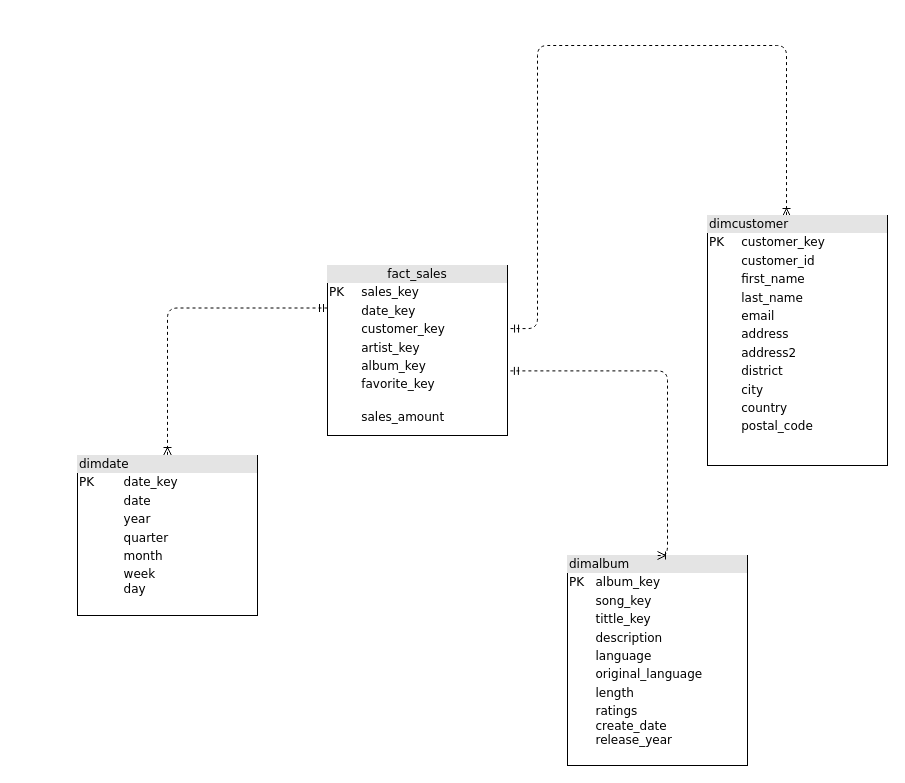
Above: Untitled Diagram.drawio in atinaanz/atina.schema (draw.io), before the change. Source tidied: cells renumbered, new cells numbered last; positions are measured from the earlier drawing's top-left corner, leaving out a move shared by most shapes. Both pictures are drawn from the tidied source at 100%, with x=0, y=0 at pixel (77, 45).
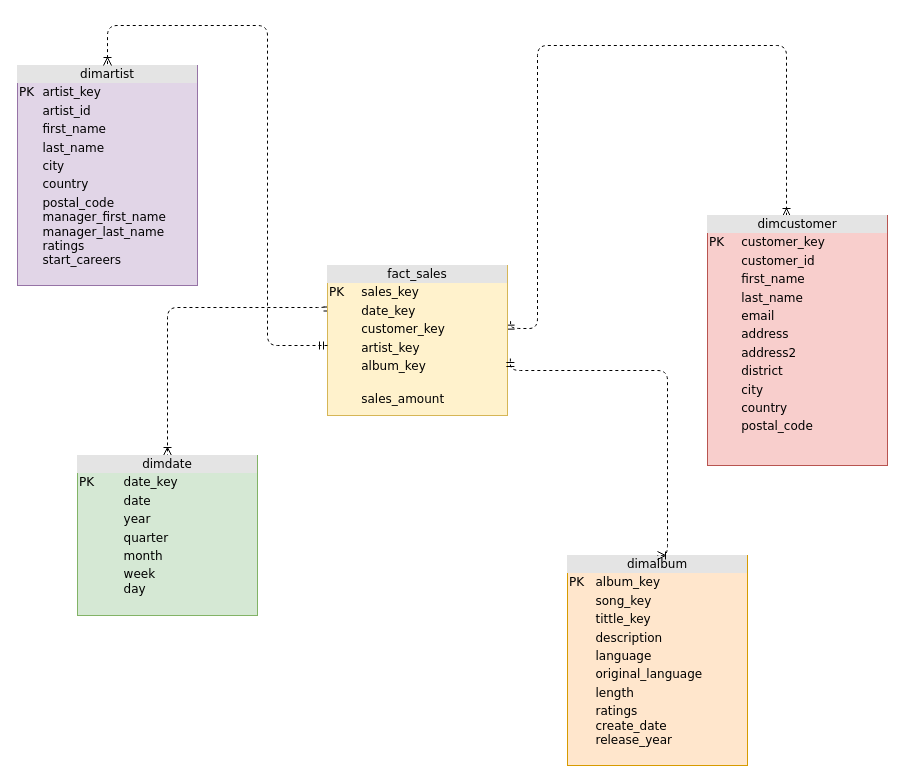
Above is the later version.

What changed in the source:
```diff
@@
 <mxGraphModel>
   <root>
     <mxCell id="0" />
     <mxCell id="1" parent="0" />
     <mxCell id="2" style="edgeStyle=orthogonalEdgeStyle;html=1;dashed=1;labelBackgroundColor=none;startArrow=ERmandOne;endArrow=ERoneToMany;fontFamily=Verdana;fontSize=12;align=left;exitX=1.017;exitY=0.371;exitDx=0;exitDy=0;exitPerimeter=0;entryX=0.439;entryY=0.004;entryDx=0;entryDy=0;entryPerimeter=0;" parent="1" edge="1" source="5" target="6">
       <mxGeometry relative="1" as="geometry">
         <Array as="points">
           <mxPoint x="460" y="283" />
           <mxPoint x="460" />
           <mxPoint x="709" />
         </Array>
       </mxGeometry>
     </mxCell>
     <mxCell id="3" style="edgeStyle=orthogonalEdgeStyle;html=1;exitX=0;exitY=0.25;entryX=0.5;entryY=0;dashed=1;labelBackgroundColor=none;startArrow=ERmandOne;endArrow=ERoneToMany;fontFamily=Verdana;fontSize=12;align=left;entryDx=0;entryDy=0;exitDx=0;exitDy=0;" parent="1" edge="1" source="5" target="7">
       <mxGeometry relative="1" as="geometry">
         <Array as="points">
           <mxPoint x="90" y="262" />
         </Array>
       </mxGeometry>
     </mxCell>
-    <mxCell id="4" value="&lt;div style=&quot;box-sizing: border-box ; width: 100% ; background: #e4e4e4 ; padding: 2px&quot;&gt;dimalbum&lt;/div&gt;&lt;table style=&quot;width: 100% ; font-size: 1em&quot; cellpadding=&quot;2&quot; cellspacing=&quot;0&quot;&gt;&lt;tbody&gt;&lt;tr&gt;&lt;td&gt;PK&lt;/td&gt;&lt;td&gt;album_key&lt;/td&gt;&lt;/tr&gt;&lt;tr&gt;&lt;td&gt;&lt;br&gt;&lt;/td&gt;&lt;td&gt;song_key&lt;br&gt;&lt;/td&gt;&lt;/tr&gt;&lt;tr&gt;&lt;td&gt;&lt;br&gt;&lt;/td&gt;&lt;td&gt;tittle_key&lt;/td&gt;&lt;/tr&gt;&lt;tr&gt;&lt;td&gt;&lt;br&gt;&lt;/td&gt;&lt;td&gt;description&lt;br&gt;&lt;/td&gt;&lt;/tr&gt;&lt;tr&gt;&lt;td&gt;&lt;br&gt;&lt;/td&gt;&lt;td&gt;language&lt;br&gt;&lt;/td&gt;&lt;/tr&gt;&lt;tr&gt;&lt;td&gt;&lt;br&gt;&lt;/td&gt;&lt;td&gt;original_language&lt;br&gt;&lt;/td&gt;&lt;/tr&gt;&lt;tr&gt;&lt;td&gt;&lt;br&gt;&lt;/td&gt;&lt;td&gt;length&lt;br&gt;&lt;/td&gt;&lt;/tr&gt;&lt;tr&gt;&lt;td&gt;&lt;br&gt;&lt;/td&gt;&lt;td&gt;ratings&lt;br&gt;create_date&lt;br&gt;release_year&lt;/td&gt;&lt;/tr&gt;&lt;/tbody&gt;&lt;/table&gt;" style="verticalAlign=top;align=left;overflow=fill;html=1;rounded=0;shadow=0;comic=0;labelBackgroundColor=none;strokeWidth=1;fontFamily=Verdana;fontSize=12;" parent="1" vertex="1">
+    <mxCell id="4" value="&lt;div style=&quot;text-align: center; box-sizing: border-box; width: 100%; background: rgb(228, 228, 228); padding: 2px;&quot;&gt;dimalbum&lt;/div&gt;&lt;table style=&quot;width: 100% ; font-size: 1em&quot; cellpadding=&quot;2&quot; cellspacing=&quot;0&quot;&gt;&lt;tbody&gt;&lt;tr&gt;&lt;td&gt;PK&lt;/td&gt;&lt;td&gt;album_key&lt;/td&gt;&lt;/tr&gt;&lt;tr&gt;&lt;td&gt;&lt;br&gt;&lt;/td&gt;&lt;td&gt;song_key&lt;br&gt;&lt;/td&gt;&lt;/tr&gt;&lt;tr&gt;&lt;td&gt;&lt;br&gt;&lt;/td&gt;&lt;td&gt;tittle_key&lt;/td&gt;&lt;/tr&gt;&lt;tr&gt;&lt;td&gt;&lt;br&gt;&lt;/td&gt;&lt;td&gt;description&lt;br&gt;&lt;/td&gt;&lt;/tr&gt;&lt;tr&gt;&lt;td&gt;&lt;br&gt;&lt;/td&gt;&lt;td&gt;language&lt;br&gt;&lt;/td&gt;&lt;/tr&gt;&lt;tr&gt;&lt;td&gt;&lt;br&gt;&lt;/td&gt;&lt;td&gt;original_language&lt;br&gt;&lt;/td&gt;&lt;/tr&gt;&lt;tr&gt;&lt;td&gt;&lt;br&gt;&lt;/td&gt;&lt;td&gt;length&lt;br&gt;&lt;/td&gt;&lt;/tr&gt;&lt;tr&gt;&lt;td&gt;&lt;br&gt;&lt;/td&gt;&lt;td&gt;ratings&lt;br&gt;create_date&lt;br&gt;release_year&lt;/td&gt;&lt;/tr&gt;&lt;/tbody&gt;&lt;/table&gt;" style="verticalAlign=top;align=left;overflow=fill;html=1;rounded=0;shadow=0;comic=0;labelBackgroundColor=none;strokeWidth=1;fontFamily=Verdana;fontSize=12;fillColor=#ffe6cc;strokeColor=#d79b00;" parent="1" vertex="1">
       <mxGeometry x="490" y="510" width="180" height="210" as="geometry" />
     </mxCell>
-    <mxCell id="5" value="&lt;div style=&quot;text-align: center; box-sizing: border-box; width: 100%; background: rgb(228, 228, 228); padding: 2px;&quot;&gt;fact_sales&lt;/div&gt;&lt;table style=&quot;width: 100% ; font-size: 1em&quot; cellpadding=&quot;2&quot; cellspacing=&quot;0&quot;&gt;&lt;tbody&gt;&lt;tr&gt;&lt;td&gt;PK&lt;/td&gt;&lt;td&gt;sales_key&lt;br&gt;&lt;/td&gt;&lt;/tr&gt;&lt;tr&gt;&lt;td&gt;&lt;br&gt;&lt;/td&gt;&lt;td&gt;date_key&lt;/td&gt;&lt;/tr&gt;&lt;tr&gt;&lt;td&gt;&lt;br&gt;&lt;/td&gt;&lt;td&gt;customer_key&lt;br&gt;&lt;/td&gt;&lt;/tr&gt;&lt;tr&gt;&lt;td&gt;&lt;br&gt;&lt;/td&gt;&lt;td&gt;artist_key&lt;/td&gt;&lt;/tr&gt;&lt;tr&gt;&lt;td&gt;&lt;br&gt;&lt;/td&gt;&lt;td&gt;album_key&lt;/td&gt;&lt;/tr&gt;&lt;tr&gt;&lt;td&gt;&lt;br&gt;&lt;/td&gt;&lt;td&gt;favorite_key&lt;br&gt;&lt;/td&gt;&lt;/tr&gt;&lt;tr&gt;&lt;td&gt;&lt;br&gt;&lt;/td&gt;&lt;td&gt;&lt;br&gt;sales_amount&lt;/td&gt;&lt;/tr&gt;&lt;tr&gt;&lt;td&gt;&lt;/td&gt;&lt;td&gt;&lt;br&gt;&lt;/td&gt;&lt;/tr&gt;&lt;/tbody&gt;&lt;/table&gt;" style="verticalAlign=top;align=left;overflow=fill;html=1;rounded=0;shadow=0;comic=0;labelBackgroundColor=none;strokeWidth=1;fontFamily=Verdana;fontSize=12;" parent="1" vertex="1">
-      <mxGeometry x="250" y="220" width="180" height="170" as="geometry" />
+    <mxCell id="5" value="&lt;div style=&quot;text-align: center; box-sizing: border-box; width: 100%; background: rgb(228, 228, 228); padding: 2px;&quot;&gt;fact_sales&lt;/div&gt;&lt;table style=&quot;width: 100% ; font-size: 1em&quot; cellpadding=&quot;2&quot; cellspacing=&quot;0&quot;&gt;&lt;tbody&gt;&lt;tr&gt;&lt;td&gt;PK&lt;/td&gt;&lt;td&gt;sales_key&lt;br&gt;&lt;/td&gt;&lt;/tr&gt;&lt;tr&gt;&lt;td&gt;&lt;br&gt;&lt;/td&gt;&lt;td&gt;date_key&lt;/td&gt;&lt;/tr&gt;&lt;tr&gt;&lt;td&gt;&lt;br&gt;&lt;/td&gt;&lt;td&gt;customer_key&lt;br&gt;&lt;/td&gt;&lt;/tr&gt;&lt;tr&gt;&lt;td&gt;&lt;br&gt;&lt;/td&gt;&lt;td&gt;artist_key&lt;/td&gt;&lt;/tr&gt;&lt;tr&gt;&lt;td&gt;&lt;br&gt;&lt;/td&gt;&lt;td&gt;album_key&lt;/td&gt;&lt;/tr&gt;&lt;tr&gt;&lt;td&gt;&lt;/td&gt;&lt;td&gt;&lt;br&gt;sales_amount&lt;/td&gt;&lt;/tr&gt;&lt;tr&gt;&lt;td&gt;&lt;/td&gt;&lt;td&gt;&lt;br&gt;&lt;/td&gt;&lt;/tr&gt;&lt;/tbody&gt;&lt;/table&gt;" style="verticalAlign=top;align=left;overflow=fill;html=1;rounded=0;shadow=0;comic=0;labelBackgroundColor=none;strokeWidth=1;fontFamily=Verdana;fontSize=12;fillColor=#fff2cc;strokeColor=#d6b656;" parent="1" vertex="1">
+      <mxGeometry x="250" y="220" width="180" height="150" as="geometry" />
     </mxCell>
-    <mxCell id="6" value="&lt;div style=&quot;box-sizing: border-box ; width: 100% ; background: #e4e4e4 ; padding: 2px&quot;&gt;dimcustomer&lt;/div&gt;&lt;table style=&quot;width: 100% ; font-size: 1em&quot; cellpadding=&quot;2&quot; cellspacing=&quot;0&quot;&gt;&lt;tbody&gt;&lt;tr&gt;&lt;td&gt;PK&lt;/td&gt;&lt;td&gt;customer_key&lt;/td&gt;&lt;/tr&gt;&lt;tr&gt;&lt;td&gt;&lt;/td&gt;&lt;td&gt;customer_id&lt;/td&gt;&lt;/tr&gt;&lt;tr&gt;&lt;td&gt;&lt;br&gt;&lt;/td&gt;&lt;td&gt;first_name&lt;br&gt;&lt;/td&gt;&lt;/tr&gt;&lt;tr&gt;&lt;td&gt;&lt;br&gt;&lt;/td&gt;&lt;td&gt;last_name&lt;br&gt;&lt;/td&gt;&lt;/tr&gt;&lt;tr&gt;&lt;td&gt;&lt;br&gt;&lt;/td&gt;&lt;td&gt;email&lt;br&gt;&lt;/td&gt;&lt;/tr&gt;&lt;tr&gt;&lt;td&gt;&lt;br&gt;&lt;/td&gt;&lt;td&gt;address&lt;br&gt;&lt;/td&gt;&lt;/tr&gt;&lt;tr&gt;&lt;td&gt;&lt;br&gt;&lt;/td&gt;&lt;td&gt;address2&lt;br&gt;&lt;/td&gt;&lt;/tr&gt;&lt;tr&gt;&lt;td&gt;&lt;br&gt;&lt;/td&gt;&lt;td&gt;district&lt;br&gt;&lt;/td&gt;&lt;/tr&gt;&lt;tr&gt;&lt;td&gt;&lt;br&gt;&lt;/td&gt;&lt;td&gt;city&lt;br&gt;&lt;/td&gt;&lt;/tr&gt;&lt;tr&gt;&lt;td&gt;&lt;br&gt;&lt;/td&gt;&lt;td&gt;country&lt;br&gt;&lt;/td&gt;&lt;/tr&gt;&lt;tr&gt;&lt;td&gt;&lt;br&gt;&lt;/td&gt;&lt;td&gt;postal_code&lt;br&gt;&lt;br&gt;&lt;/td&gt;&lt;/tr&gt;&lt;/tbody&gt;&lt;/table&gt;" style="verticalAlign=top;align=left;overflow=fill;html=1;rounded=0;shadow=0;comic=0;labelBackgroundColor=none;strokeWidth=1;fontFamily=Verdana;fontSize=12;" parent="1" vertex="1">
+    <mxCell id="6" value="&lt;div style=&quot;text-align: center; box-sizing: border-box; width: 100%; background: rgb(228, 228, 228); padding: 2px;&quot;&gt;dimcustomer&lt;/div&gt;&lt;table style=&quot;width: 100% ; font-size: 1em&quot; cellpadding=&quot;2&quot; cellspacing=&quot;0&quot;&gt;&lt;tbody&gt;&lt;tr&gt;&lt;td&gt;PK&lt;/td&gt;&lt;td&gt;customer_key&lt;/td&gt;&lt;/tr&gt;&lt;tr&gt;&lt;td&gt;&lt;/td&gt;&lt;td&gt;customer_id&lt;/td&gt;&lt;/tr&gt;&lt;tr&gt;&lt;td&gt;&lt;br&gt;&lt;/td&gt;&lt;td&gt;first_name&lt;br&gt;&lt;/td&gt;&lt;/tr&gt;&lt;tr&gt;&lt;td&gt;&lt;br&gt;&lt;/td&gt;&lt;td&gt;last_name&lt;br&gt;&lt;/td&gt;&lt;/tr&gt;&lt;tr&gt;&lt;td&gt;&lt;br&gt;&lt;/td&gt;&lt;td&gt;email&lt;br&gt;&lt;/td&gt;&lt;/tr&gt;&lt;tr&gt;&lt;td&gt;&lt;br&gt;&lt;/td&gt;&lt;td&gt;address&lt;br&gt;&lt;/td&gt;&lt;/tr&gt;&lt;tr&gt;&lt;td&gt;&lt;br&gt;&lt;/td&gt;&lt;td&gt;address2&lt;br&gt;&lt;/td&gt;&lt;/tr&gt;&lt;tr&gt;&lt;td&gt;&lt;br&gt;&lt;/td&gt;&lt;td&gt;district&lt;br&gt;&lt;/td&gt;&lt;/tr&gt;&lt;tr&gt;&lt;td&gt;&lt;br&gt;&lt;/td&gt;&lt;td&gt;city&lt;br&gt;&lt;/td&gt;&lt;/tr&gt;&lt;tr&gt;&lt;td&gt;&lt;br&gt;&lt;/td&gt;&lt;td&gt;country&lt;br&gt;&lt;/td&gt;&lt;/tr&gt;&lt;tr&gt;&lt;td&gt;&lt;br&gt;&lt;/td&gt;&lt;td&gt;postal_code&lt;br&gt;&lt;br&gt;&lt;/td&gt;&lt;/tr&gt;&lt;/tbody&gt;&lt;/table&gt;" style="verticalAlign=top;align=left;overflow=fill;html=1;rounded=0;shadow=0;comic=0;labelBackgroundColor=none;strokeWidth=1;fontFamily=Verdana;fontSize=12;fillColor=#f8cecc;strokeColor=#b85450;" parent="1" vertex="1">
       <mxGeometry x="630" y="170" width="180" height="250" as="geometry" />
     </mxCell>
-    <mxCell id="7" value="&lt;div style=&quot;box-sizing: border-box ; width: 100% ; background: #e4e4e4 ; padding: 2px&quot;&gt;dimdate&lt;/div&gt;&lt;table style=&quot;width: 100% ; font-size: 1em&quot; cellpadding=&quot;2&quot; cellspacing=&quot;0&quot;&gt;&lt;tbody&gt;&lt;tr&gt;&lt;td&gt;PK&lt;/td&gt;&lt;td&gt;date_key&lt;/td&gt;&lt;/tr&gt;&lt;tr&gt;&lt;td&gt;&lt;br&gt;&lt;/td&gt;&lt;td&gt;date&lt;/td&gt;&lt;/tr&gt;&lt;tr&gt;&lt;td&gt;&lt;/td&gt;&lt;td&gt;year&lt;/td&gt;&lt;/tr&gt;&lt;tr&gt;&lt;td&gt;&lt;br&gt;&lt;/td&gt;&lt;td&gt;quarter&lt;br&gt;&lt;/td&gt;&lt;/tr&gt;&lt;tr&gt;&lt;td&gt;&lt;br&gt;&lt;/td&gt;&lt;td&gt;month&lt;br&gt;&lt;/td&gt;&lt;/tr&gt;&lt;tr&gt;&lt;td&gt;&lt;br&gt;&lt;/td&gt;&lt;td&gt;week&lt;br&gt;day&lt;br&gt;&lt;/td&gt;&lt;/tr&gt;&lt;/tbody&gt;&lt;/table&gt;" style="verticalAlign=top;align=left;overflow=fill;html=1;rounded=0;shadow=0;comic=0;labelBackgroundColor=none;strokeWidth=1;fontFamily=Verdana;fontSize=12;" parent="1" vertex="1">
+    <mxCell id="7" value="&lt;div style=&quot;text-align: center; box-sizing: border-box; width: 100%; background: rgb(228, 228, 228); padding: 2px;&quot;&gt;dimdate&lt;/div&gt;&lt;table style=&quot;width: 100% ; font-size: 1em&quot; cellpadding=&quot;2&quot; cellspacing=&quot;0&quot;&gt;&lt;tbody&gt;&lt;tr&gt;&lt;td&gt;PK&lt;/td&gt;&lt;td&gt;date_key&lt;/td&gt;&lt;/tr&gt;&lt;tr&gt;&lt;td&gt;&lt;br&gt;&lt;/td&gt;&lt;td&gt;date&lt;/td&gt;&lt;/tr&gt;&lt;tr&gt;&lt;td&gt;&lt;/td&gt;&lt;td&gt;year&lt;/td&gt;&lt;/tr&gt;&lt;tr&gt;&lt;td&gt;&lt;br&gt;&lt;/td&gt;&lt;td&gt;quarter&lt;br&gt;&lt;/td&gt;&lt;/tr&gt;&lt;tr&gt;&lt;td&gt;&lt;br&gt;&lt;/td&gt;&lt;td&gt;month&lt;br&gt;&lt;/td&gt;&lt;/tr&gt;&lt;tr&gt;&lt;td&gt;&lt;br&gt;&lt;/td&gt;&lt;td&gt;week&lt;br&gt;day&lt;br&gt;&lt;/td&gt;&lt;/tr&gt;&lt;/tbody&gt;&lt;/table&gt;" style="verticalAlign=top;align=left;overflow=fill;html=1;rounded=0;shadow=0;comic=0;labelBackgroundColor=none;strokeWidth=1;fontFamily=Verdana;fontSize=12;fillColor=#d5e8d4;strokeColor=#82b366;" parent="1" vertex="1">
       <mxGeometry y="410" width="180" height="160" as="geometry" />
     </mxCell>
     <mxCell id="8" style="edgeStyle=orthogonalEdgeStyle;html=1;dashed=1;labelBackgroundColor=none;startArrow=ERmandOne;endArrow=ERoneToMany;fontFamily=Verdana;fontSize=12;align=left;exitX=1.016;exitY=0.62;exitDx=0;exitDy=0;exitPerimeter=0;entryX=0.5;entryY=0;entryDx=0;entryDy=0;" parent="1" edge="1" source="5" target="4">
       <mxGeometry relative="1" as="geometry">
         <Array as="points">
           <mxPoint x="590" y="325" />
           <mxPoint x="590" y="510" />
         </Array>
       </mxGeometry>
     </mxCell>
+    <mxCell id="9" value="&lt;div style=&quot;text-align: center; box-sizing: border-box; width: 100%; background: rgb(228, 228, 228); padding: 2px;&quot;&gt;dimartist&lt;/div&gt;&lt;table style=&quot;width: 100% ; font-size: 1em&quot; cellpadding=&quot;2&quot; cellspacing=&quot;0&quot;&gt;&lt;tbody&gt;&lt;tr&gt;&lt;td&gt;PK&lt;/td&gt;&lt;td&gt;artist_key&lt;/td&gt;&lt;/tr&gt;&lt;tr&gt;&lt;td&gt;&lt;/td&gt;&lt;td&gt;artist_id&lt;/td&gt;&lt;/tr&gt;&lt;tr&gt;&lt;td&gt;&lt;br&gt;&lt;/td&gt;&lt;td&gt;first_name&lt;br&gt;&lt;/td&gt;&lt;/tr&gt;&lt;tr&gt;&lt;td&gt;&lt;br&gt;&lt;/td&gt;&lt;td&gt;last_name&lt;/td&gt;&lt;/tr&gt;&lt;tr&gt;&lt;td&gt;&lt;br&gt;&lt;/td&gt;&lt;td&gt;city&lt;br&gt;&lt;/td&gt;&lt;/tr&gt;&lt;tr&gt;&lt;td&gt;&lt;br&gt;&lt;/td&gt;&lt;td&gt;country&lt;br&gt;&lt;/td&gt;&lt;/tr&gt;&lt;tr&gt;&lt;td&gt;&lt;br&gt;&lt;/td&gt;&lt;td&gt;postal_code&lt;br&gt;manager_first_name&lt;br&gt;manager_last_name&lt;br&gt;ratings&lt;br&gt;start_careers&lt;br&gt;&lt;br&gt;&lt;/td&gt;&lt;/tr&gt;&lt;/tbody&gt;&lt;/table&gt;" style="verticalAlign=top;align=left;overflow=fill;html=1;rounded=0;shadow=0;comic=0;labelBackgroundColor=none;strokeWidth=1;fontFamily=Verdana;fontSize=12;fillColor=#e1d5e7;strokeColor=#9673a6;" parent="1" vertex="1">
+      <mxGeometry x="-60" y="20" width="180" height="220" as="geometry" />
+    </mxCell>
+    <mxCell id="10" style="edgeStyle=orthogonalEdgeStyle;html=1;entryX=0.5;entryY=0;dashed=1;labelBackgroundColor=none;startArrow=ERmandOne;endArrow=ERoneToMany;fontFamily=Verdana;fontSize=12;align=left;entryDx=0;entryDy=0;" parent="1" edge="1" source="5" target="9">
+      <mxGeometry relative="1" as="geometry">
+        <Array as="points">
+          <mxPoint x="190" y="300" />
+          <mxPoint x="190" y="-20" />
+          <mxPoint x="30" y="-20" />
+        </Array>
+      </mxGeometry>
+    </mxCell>
   </root>
 </mxGraphModel>
```
